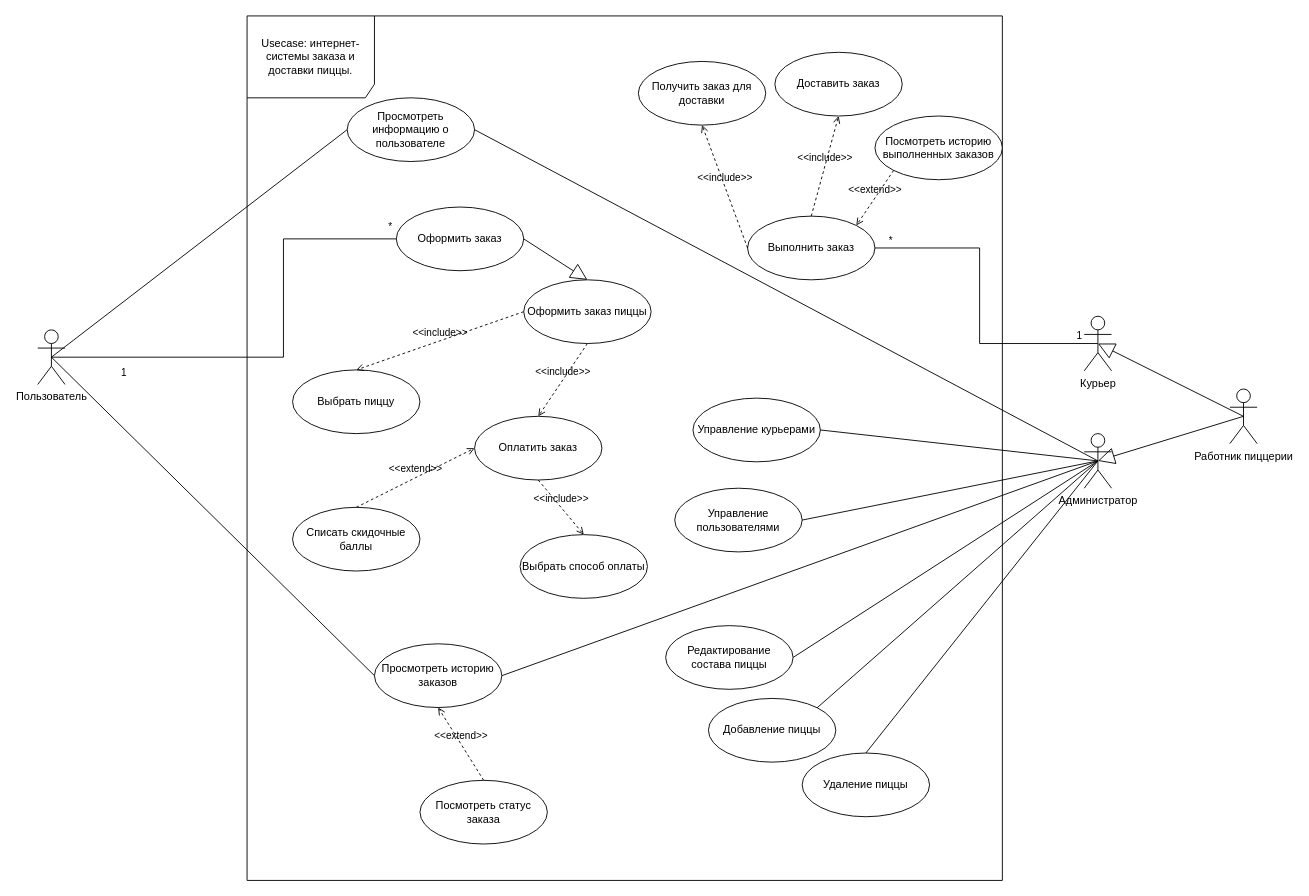
hard-gainer/UML keeps this draw.io diagram as ВариантыИспользования.drawio. Above is the earlier version. Source tidied: cells renumbered, new cells numbered last; positions are measured from the earlier drawing's top-left corner, leaving out a move shared by most shapes. Both pictures are drawn from the tidied source at 91%, with x=0, y=0 at pixel (37, 15).
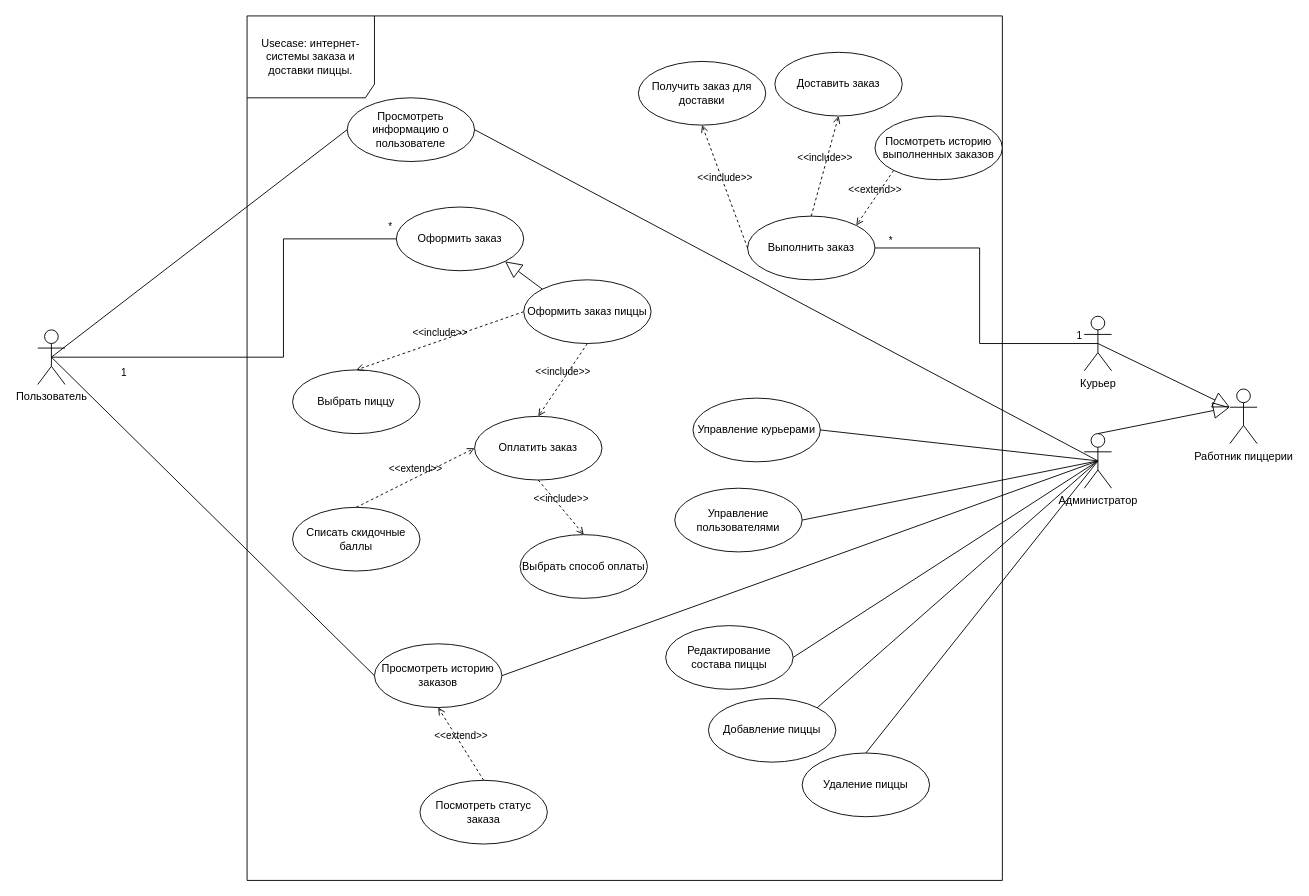
Above is the later version.

Unchanged cells that the change refers to:
```xml
<mxCell id="3" value="Курьер" style="shape=umlActor;verticalLabelPosition=bottom;verticalAlign=top;html=1;outlineConnect=0;labelPosition=center;align=center;" parent="1" vertex="1">
  <mxGeometry x="1150" y="330" width="30" height="60" as="geometry" />
</mxCell>
<mxCell id="5" value="Оформить заказ" style="ellipse;whiteSpace=wrap;html=1;" parent="1" vertex="1">
  <mxGeometry x="394" y="210" width="140" height="70" as="geometry" />
</mxCell>
<mxCell id="25" value="Администратор" style="shape=umlActor;verticalLabelPosition=bottom;verticalAlign=top;html=1;outlineConnect=0;labelPosition=center;align=center;" parent="1" vertex="1">
  <mxGeometry x="1150" y="459" width="30" height="60" as="geometry" />
</mxCell>
<mxCell id="40" value="Оформить заказ пиццы" style="ellipse;whiteSpace=wrap;html=1;" parent="1" vertex="1">
  <mxGeometry x="534" y="290" width="140" height="70" as="geometry" />
</mxCell>
<mxCell id="42" value="Работник пиццерии" style="shape=umlActor;verticalLabelPosition=bottom;verticalAlign=top;html=1;" parent="1" vertex="1">
  <mxGeometry x="1310" y="410" width="30" height="60" as="geometry" />
</mxCell>
```

Diff of the diagram source:
```diff
@@
-    <mxCell id="41" style="endArrow=block;endSize=16;endFill=0;html=1;rounded=0;exitX=1;exitY=0.5;exitDx=0;exitDy=0;entryX=0.5;entryY=0;entryDx=0;entryDy=0;" parent="1" edge="1" source="5" target="40">
+    <mxCell id="41" style="endArrow=block;endSize=16;endFill=0;html=1;rounded=0;exitX=0;exitY=0;exitDx=0;exitDy=0;entryX=1;entryY=1;entryDx=0;entryDy=0;" parent="1" edge="1" source="40" target="5">
       <mxGeometry relative="1" as="geometry" />
     </mxCell>
@@
-    <mxCell id="43" style="endArrow=block;endSize=16;endFill=0;html=1;rounded=0;exitX=0.5;exitY=0.5;exitDx=0;exitDy=0;entryX=0.5;entryY=0.5;entryDx=0;entryDy=0;exitPerimeter=0;entryPerimeter=0;" parent="1" edge="1" source="42" target="3">
+    <mxCell id="43" style="endArrow=block;endSize=16;endFill=0;html=1;rounded=0;exitX=0.5;exitY=0.5;exitDx=0;exitDy=0;entryX=0;entryY=0.3333333333333333;entryDx=0;entryDy=0;exitPerimeter=0;entryPerimeter=0;" parent="1" edge="1" source="3" target="42">
       <mxGeometry relative="1" as="geometry" />
     </mxCell>
-    <mxCell id="44" style="endArrow=block;endSize=16;endFill=0;html=1;rounded=0;exitX=0.5;exitY=0.5;exitDx=0;exitDy=0;entryX=0.5;entryY=0.5;entryDx=0;entryDy=0;exitPerimeter=0;entryPerimeter=0;" parent="1" edge="1" source="42" target="25">
+    <mxCell id="44" style="endArrow=block;endSize=16;endFill=0;html=1;rounded=0;exitX=0.5;exitY=0;exitDx=0;exitDy=0;entryX=0;entryY=0.3333333333333333;entryDx=0;entryDy=0;exitPerimeter=0;entryPerimeter=0;" parent="1" edge="1" source="25" target="42">
       <mxGeometry relative="1" as="geometry" />
     </mxCell>
```
